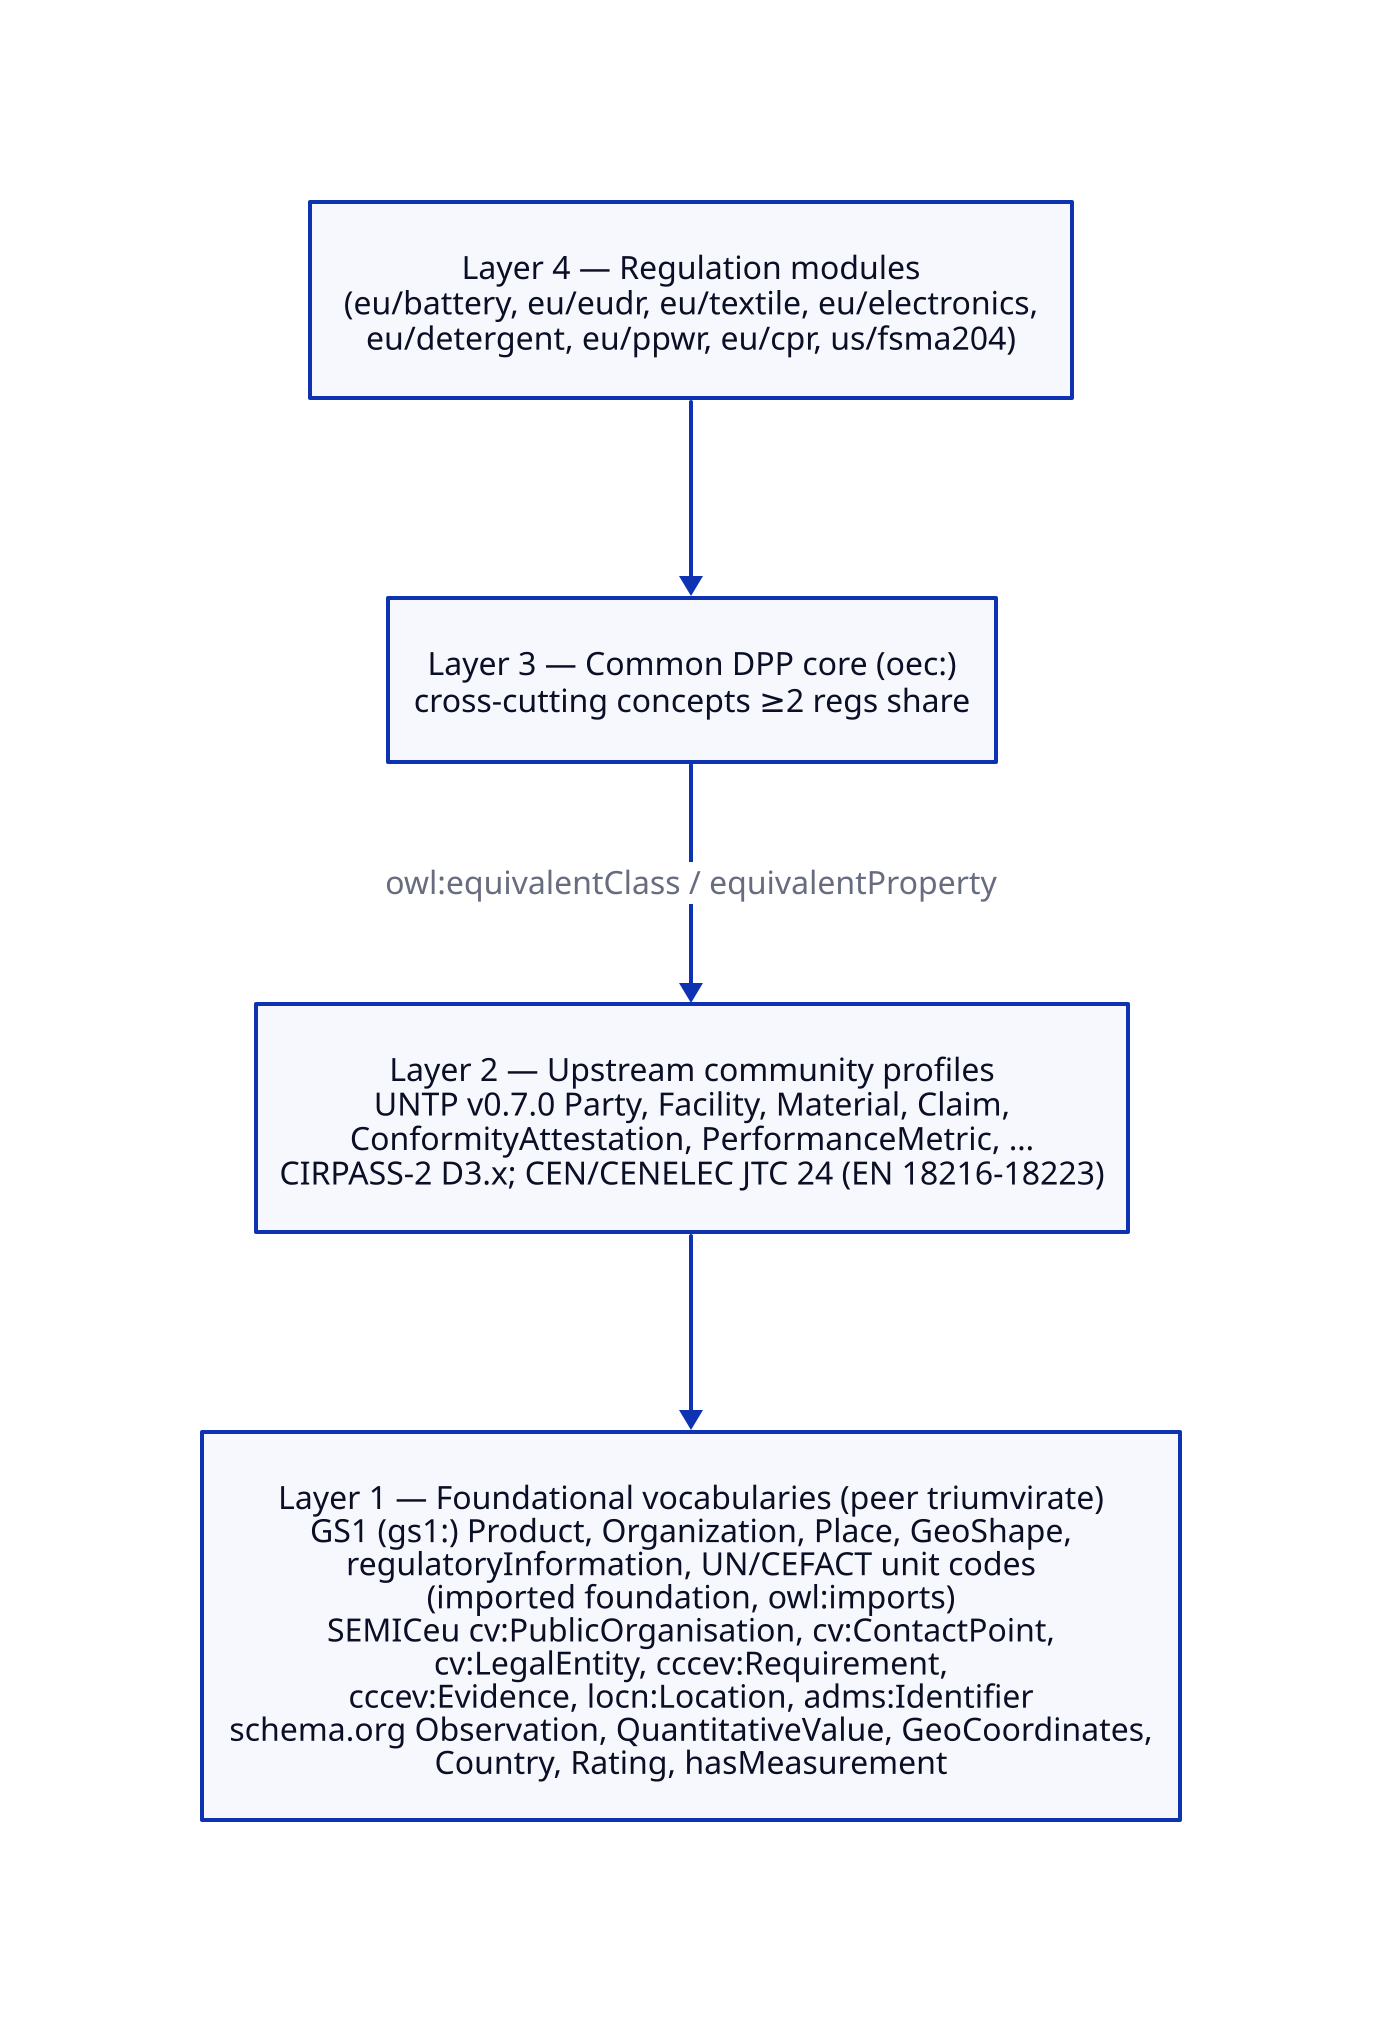
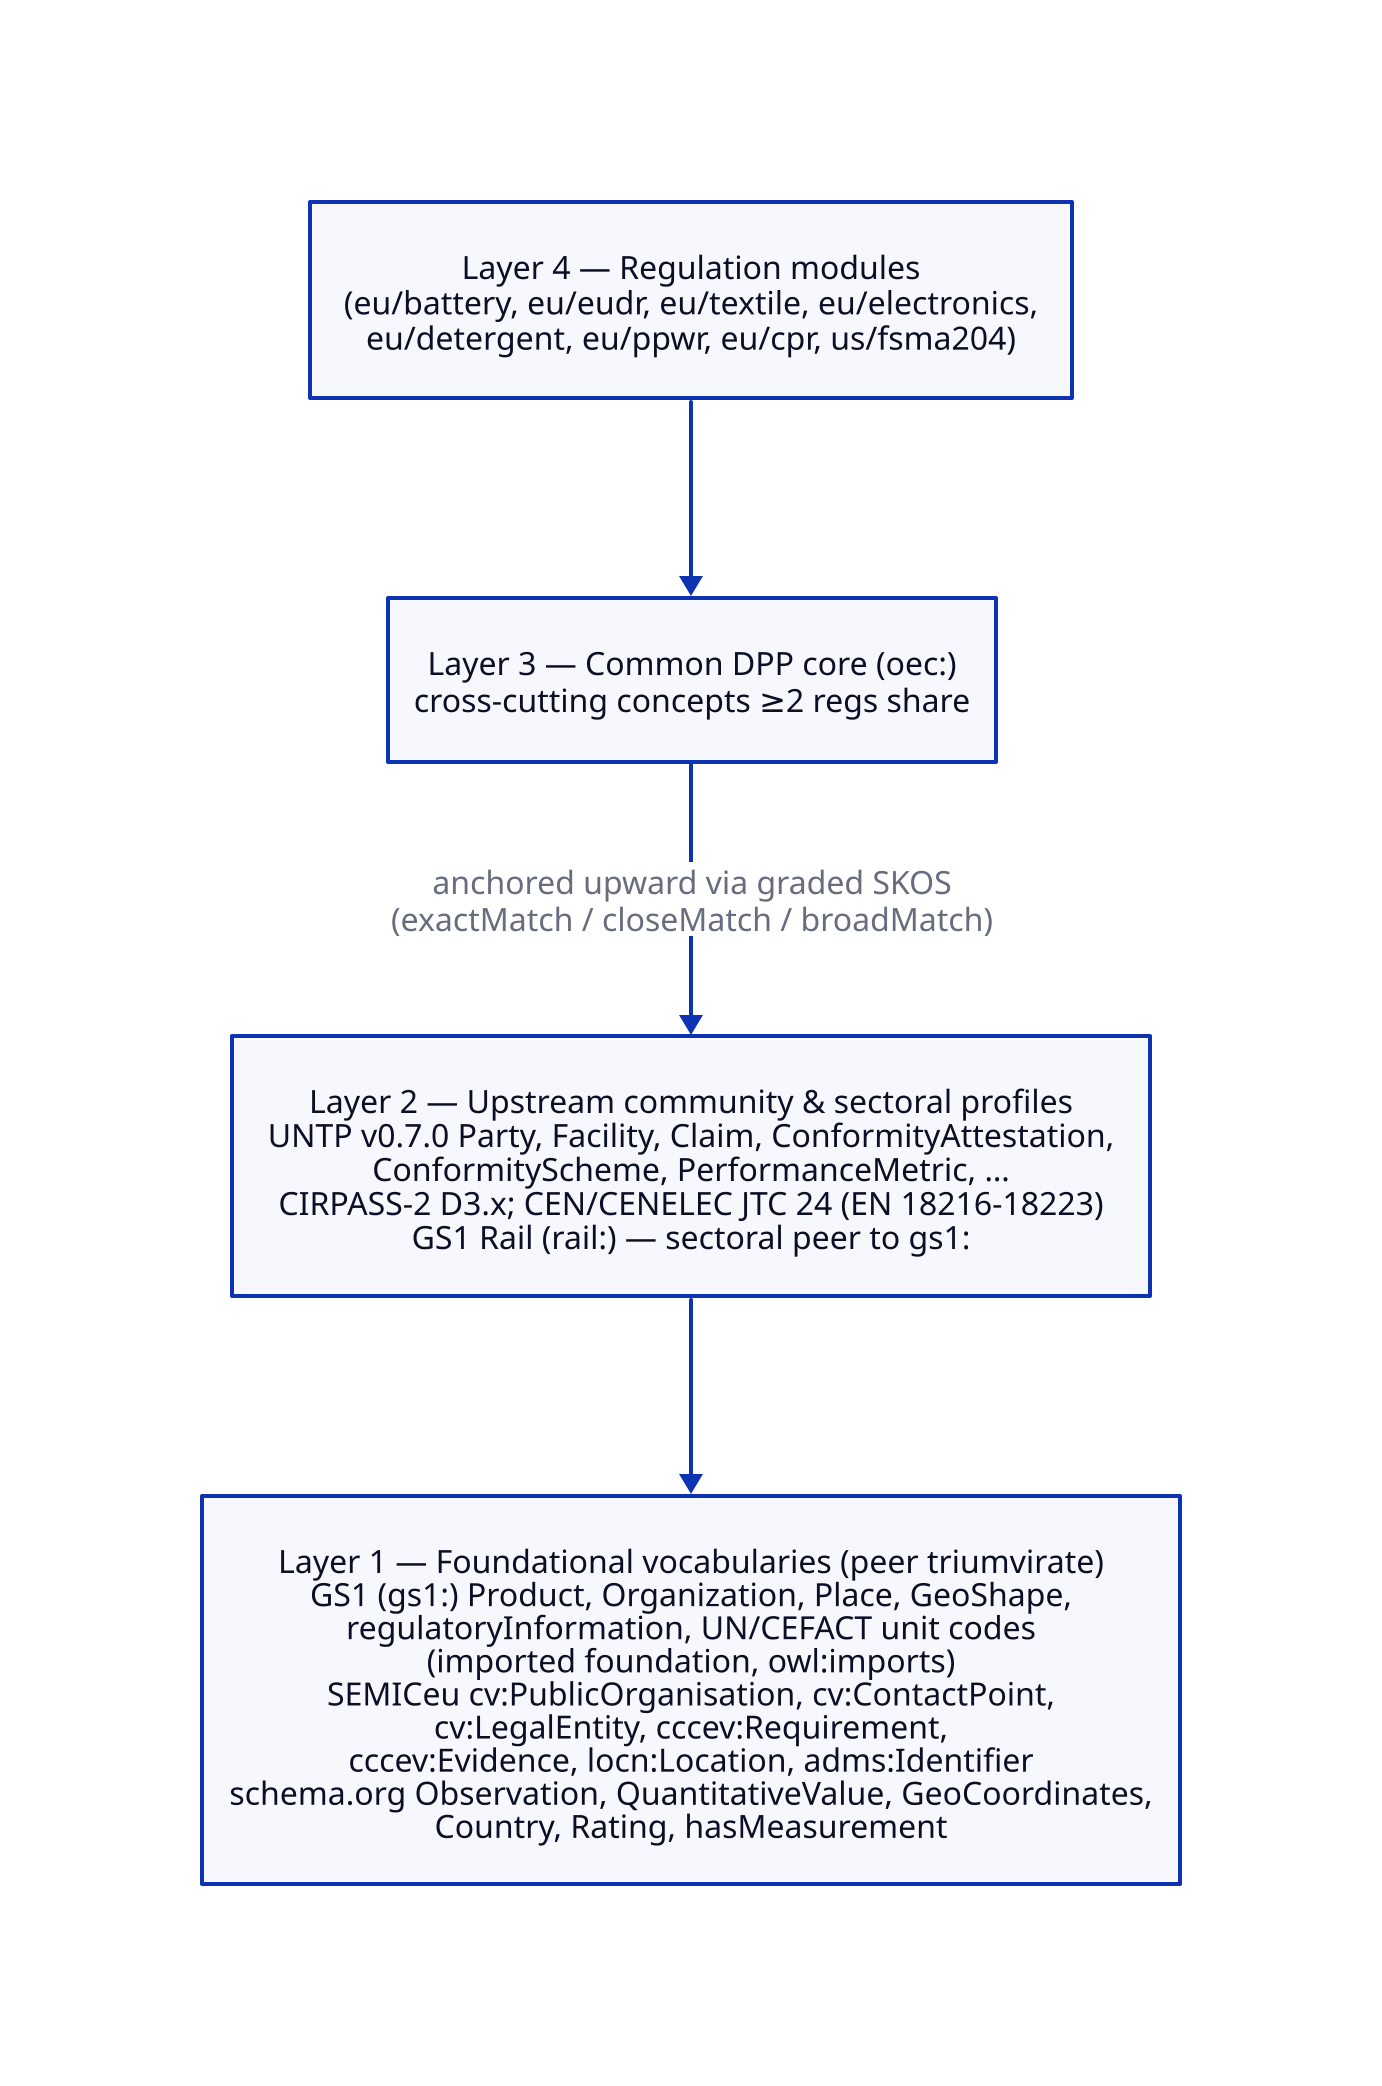
# Source for vocabulary-layering-overview-{light,dark}.svg — `pnpm run diagrams:build`.
# Condensed four-layer delegation stack for the top-level README.md.

direction: down

l4: "Layer 4 — Regulation modules\n(eu/battery, eu/eudr, eu/textile, eu/electronics,\neu/detergent, eu/ppwr, eu/cpr, us/fsma204)"

l3: "Layer 3 — Common DPP core (oec:)\ncross-cutting concepts ≥2 regs share"

- l2: "Layer 2 — Upstream community profiles\nUNTP v0.7.0  Party, Facility, Material, Claim,\n             ConformityAttestation, PerformanceMetric, …\nCIRPASS-2 D3.x; CEN/CENELEC JTC 24 (EN 18216-18223)"
+ l2: "Layer 2 — Upstream community & sectoral profiles\nUNTP v0.7.0  Party, Facility, Claim, ConformityAttestation,\n             ConformityScheme, PerformanceMetric, …\nCIRPASS-2 D3.x; CEN/CENELEC JTC 24 (EN 18216-18223)\nGS1 Rail (rail:) — sectoral peer to gs1:"

l1: "Layer 1 — Foundational vocabularies (peer triumvirate)\nGS1 (gs1:)   Product, Organization, Place, GeoShape,\n             regulatoryInformation, UN/CEFACT unit codes\n             (imported foundation, owl:imports)\nSEMICeu      cv:PublicOrganisation, cv:ContactPoint,\n             cv:LegalEntity, cccev:Requirement,\n             cccev:Evidence, locn:Location, adms:Identifier\nschema.org   Observation, QuantitativeValue, GeoCoordinates,\n             Country, Rating, hasMeasurement"

l4 -> l3
- l3 -> l2: "owl:equivalentClass / equivalentProperty"
+ l3 -> l2: "anchored upward via graded SKOS\n(exactMatch / closeMatch / broadMatch)"
l2 -> l1
